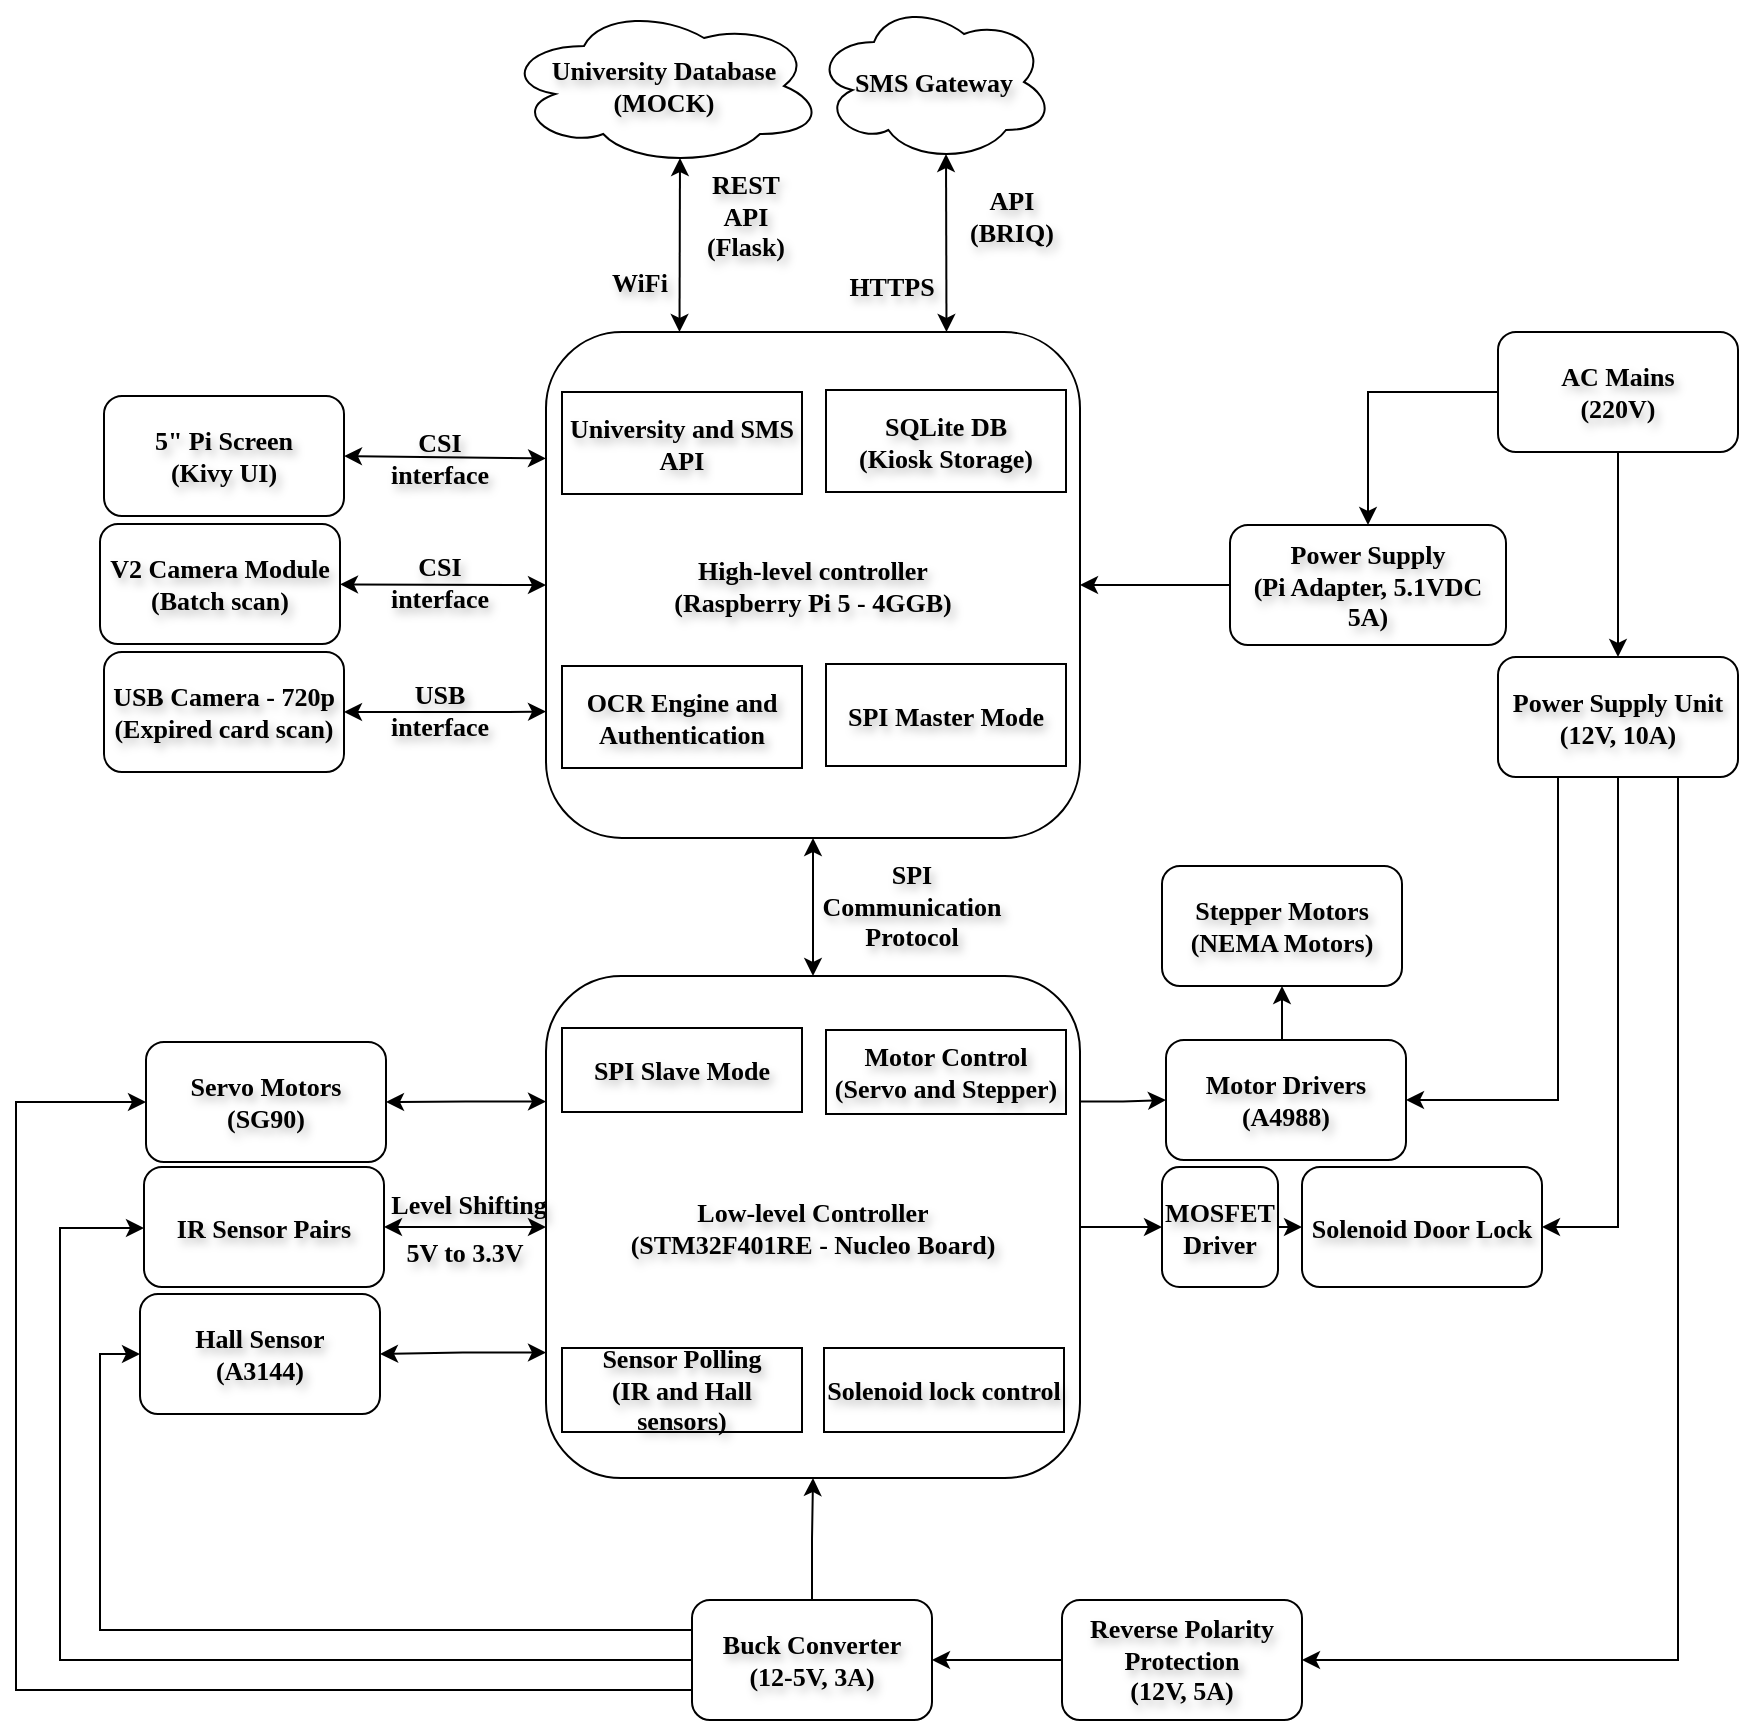
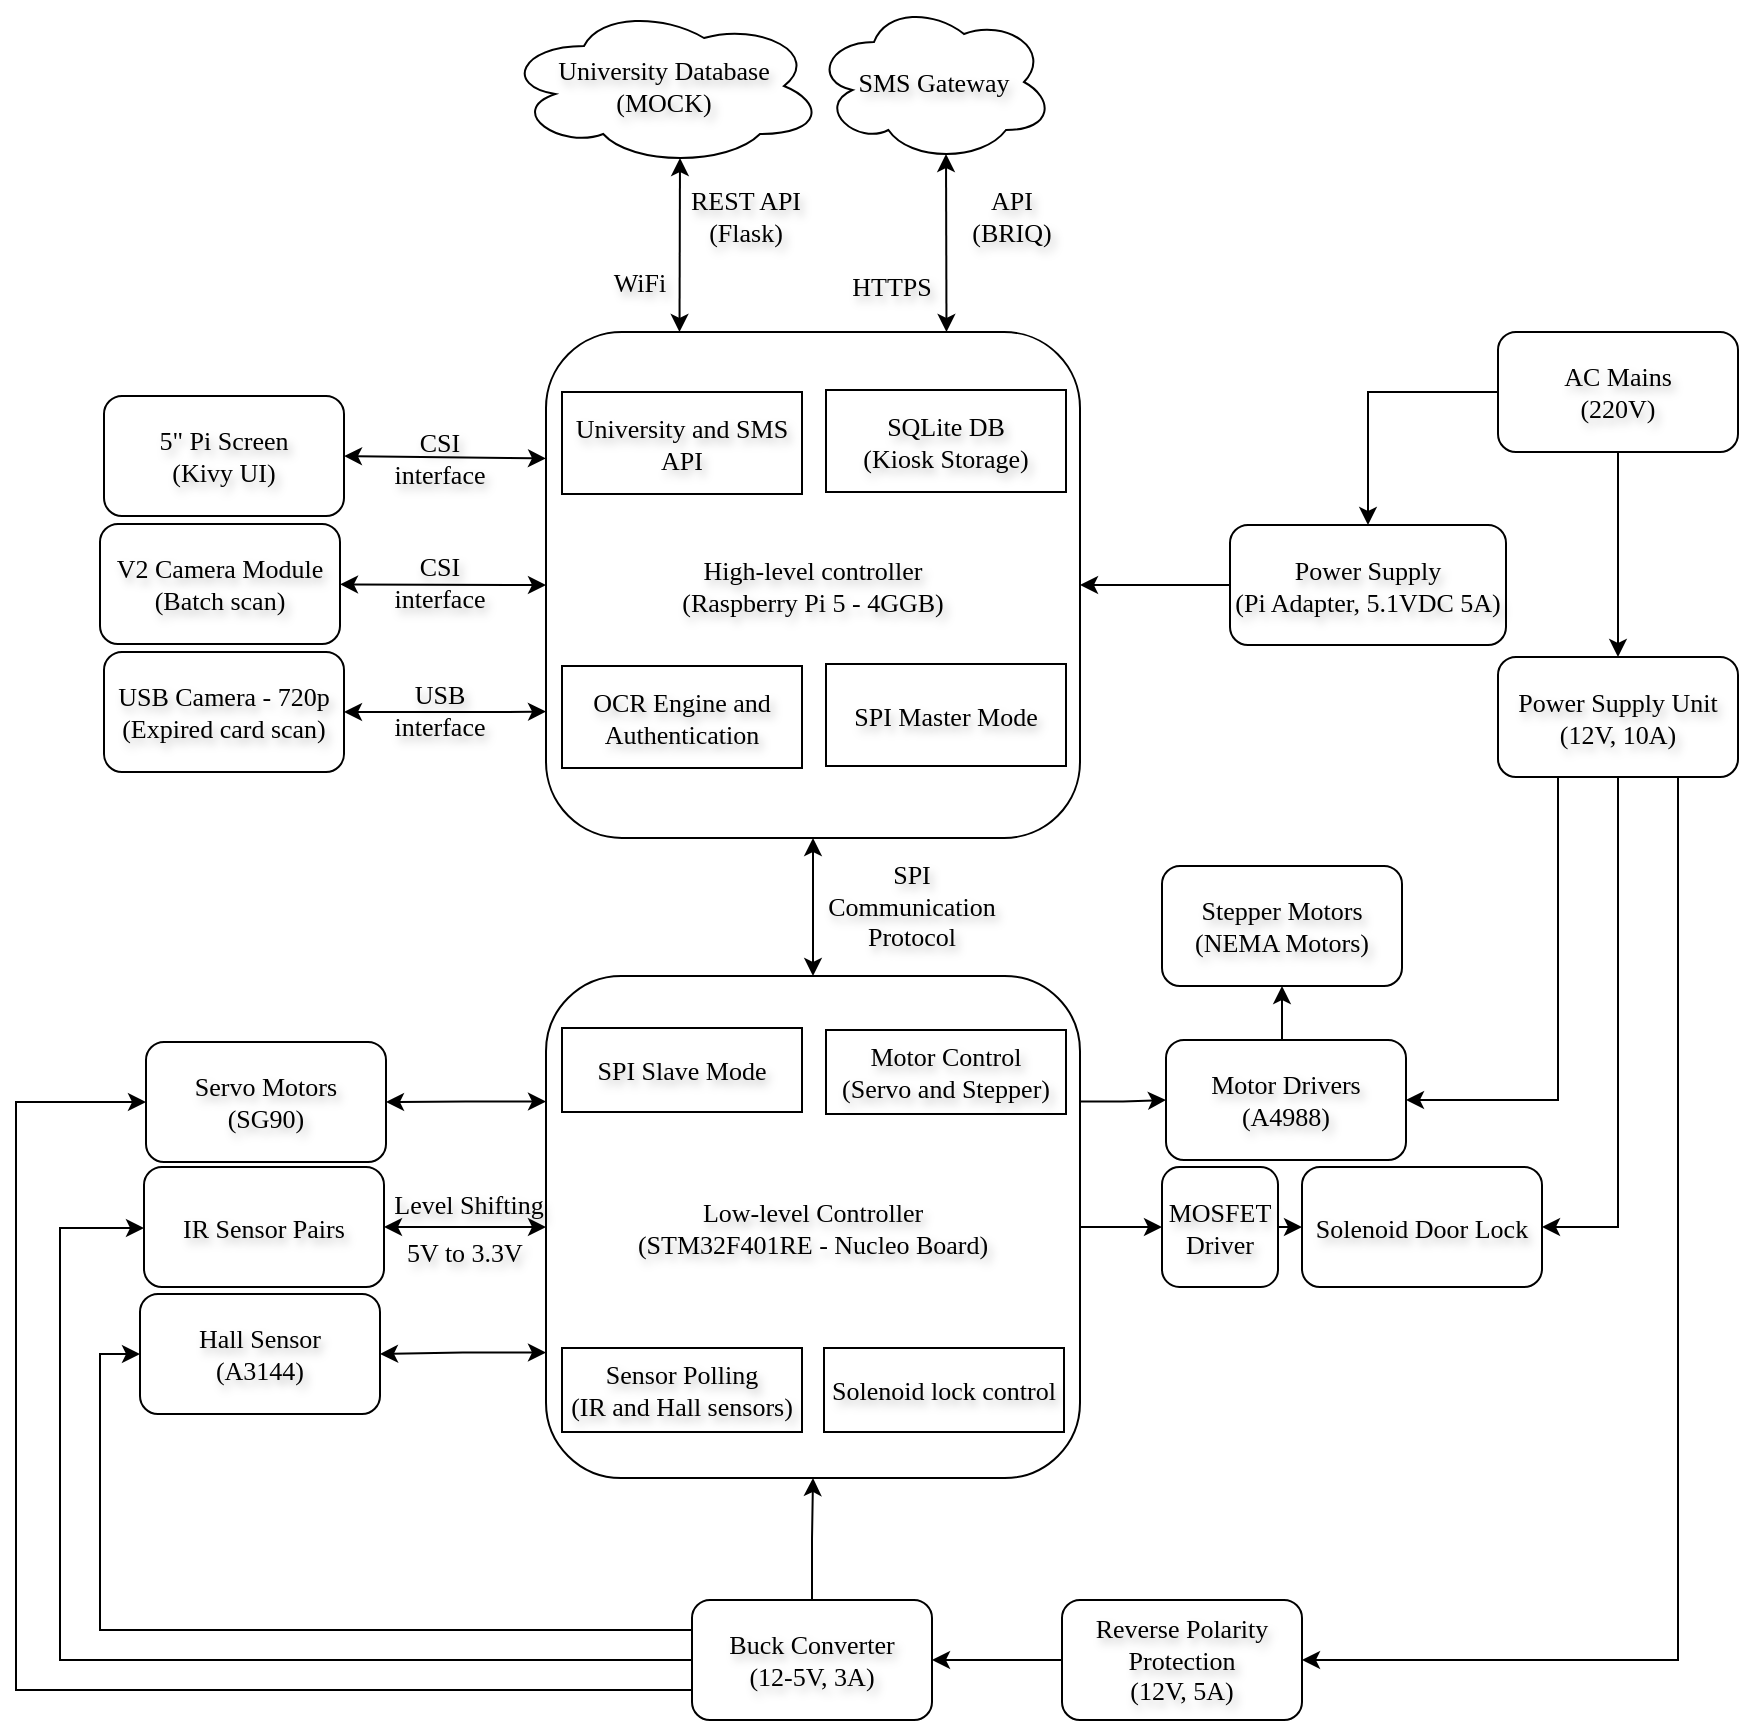
- <mxfile host="app.diagrams.net" agent="Mozilla/5.0 (X11; Ubuntu; Linux x86_64; rv:149.0) Gecko/20100101 Firefox/149.0">
+ <mxfile host="Electron" agent="Mozilla/5.0 (X11; Ubuntu; Linux x86_64; rv:149.0) Gecko/20100101 Firefox/149.0">
  <diagram name="Page-1" id="mYuc8prQHcMQJXzWvvm3">
-     <mxGraphModel dx="1047" dy="1416" grid="1" gridSize="1" guides="1" tooltips="1" connect="1" arrows="1" fold="1" page="1" pageScale="1" pageWidth="1169" pageHeight="827" math="0" shadow="0">
+     <mxGraphModel dx="1084" dy="1486" grid="1" gridSize="1" guides="1" tooltips="1" connect="1" arrows="1" fold="1" page="1" pageScale="1" pageWidth="1169" pageHeight="827" math="0" shadow="0">
      <root>
        <mxCell id="0" />
        <mxCell id="1" parent="0" />
-         <mxCell id="GvGBzjtlAZ09NPVF7C73-2" parent="1" style="whiteSpace=wrap;html=1;rounded=1;align=center;fontFamily=Times New Roman;fontStyle=1;fontSize=13;labelBackgroundColor=none;textShadow=1;" value="&lt;div align=&quot;center&quot;&gt;High-level controller&lt;br&gt;&lt;div&gt;(Raspberry Pi 5 - 4GGB)&lt;/div&gt;&lt;/div&gt;" vertex="1">
+         <mxCell id="GvGBzjtlAZ09NPVF7C73-2" parent="1" style="whiteSpace=wrap;html=1;rounded=1;align=center;fontFamily=Times New Roman;fontStyle=0;fontSize=13;labelBackgroundColor=none;textShadow=1;" value="&lt;div align=&quot;center&quot;&gt;High-level controller&lt;br&gt;&lt;div&gt;(Raspberry Pi 5 - 4GGB)&lt;/div&gt;&lt;/div&gt;" vertex="1">
          <mxGeometry height="253" width="267" x="406.99999999999994" y="-406" as="geometry" />
        </mxCell>
-         <mxCell id="GvGBzjtlAZ09NPVF7C73-4" parent="1" style="ellipse;shape=cloud;whiteSpace=wrap;html=1;fontFamily=Times New Roman;fontStyle=1;fontSize=13;labelBackgroundColor=none;textShadow=1;" value="University Database&lt;br&gt;(MOCK)" vertex="1">
+         <mxCell id="GvGBzjtlAZ09NPVF7C73-4" parent="1" style="ellipse;shape=cloud;whiteSpace=wrap;html=1;fontFamily=Times New Roman;fontStyle=0;fontSize=13;labelBackgroundColor=none;textShadow=1;" value="University Database&lt;br&gt;(MOCK)" vertex="1">
          <mxGeometry height="80" width="160" x="385.99999999999994" y="-569" as="geometry" />
        </mxCell>
-         <mxCell id="GvGBzjtlAZ09NPVF7C73-6" parent="1" style="text;html=1;whiteSpace=wrap;strokeColor=none;fillColor=none;align=center;verticalAlign=middle;rounded=0;fontFamily=Times New Roman;fontStyle=1;fontSize=13;labelBackgroundColor=none;textShadow=1;" value="&lt;div&gt;REST API&lt;/div&gt;&lt;div&gt;(Flask)&lt;/div&gt;" vertex="1">
+         <mxCell id="GvGBzjtlAZ09NPVF7C73-6" parent="1" style="text;html=1;whiteSpace=wrap;strokeColor=none;fillColor=none;align=center;verticalAlign=middle;rounded=0;fontFamily=Times New Roman;fontStyle=0;fontSize=13;labelBackgroundColor=none;textShadow=1;" value="&lt;div&gt;REST API&lt;/div&gt;&lt;div&gt;(Flask)&lt;/div&gt;" vertex="1">
          <mxGeometry height="30" width="60" x="476.99999999999994" y="-479" as="geometry" />
        </mxCell>
-         <mxCell id="GvGBzjtlAZ09NPVF7C73-7" parent="1" style="text;html=1;whiteSpace=wrap;strokeColor=none;fillColor=none;align=center;verticalAlign=middle;rounded=0;fontFamily=Times New Roman;fontStyle=1;fontSize=13;labelBackgroundColor=none;textShadow=1;" value="&lt;div&gt;WiFi&lt;/div&gt;" vertex="1">
+         <mxCell id="GvGBzjtlAZ09NPVF7C73-7" parent="1" style="text;html=1;whiteSpace=wrap;strokeColor=none;fillColor=none;align=center;verticalAlign=middle;rounded=0;fontFamily=Times New Roman;fontStyle=0;fontSize=13;labelBackgroundColor=none;textShadow=1;" value="&lt;div&gt;WiFi&lt;/div&gt;" vertex="1">
          <mxGeometry height="30" width="60" x="423.99999999999994" y="-446" as="geometry" />
        </mxCell>
-         <mxCell id="GvGBzjtlAZ09NPVF7C73-8" parent="1" style="rounded=1;whiteSpace=wrap;html=1;fontFamily=Times New Roman;fontStyle=1;fontSize=13;labelBackgroundColor=none;textShadow=1;" value="&lt;div&gt;5&quot; Pi Screen&lt;/div&gt;&lt;div&gt;(Kivy UI)&lt;/div&gt;" vertex="1">
+         <mxCell id="GvGBzjtlAZ09NPVF7C73-8" parent="1" style="rounded=1;whiteSpace=wrap;html=1;fontFamily=Times New Roman;fontStyle=0;fontSize=13;labelBackgroundColor=none;textShadow=1;" value="&lt;div&gt;5&quot; Pi Screen&lt;/div&gt;&lt;div&gt;(Kivy UI)&lt;/div&gt;" vertex="1">
          <mxGeometry height="60" width="120" x="185.99999999999994" y="-374" as="geometry" />
        </mxCell>
-         <mxCell id="GvGBzjtlAZ09NPVF7C73-9" parent="1" style="rounded=1;whiteSpace=wrap;html=1;fontFamily=Times New Roman;fontStyle=1;fontSize=13;labelBackgroundColor=none;textShadow=1;" value="V2 Camera Module&lt;br&gt;&lt;div&gt;(Batch scan)&lt;/div&gt;" vertex="1">
+         <mxCell id="GvGBzjtlAZ09NPVF7C73-9" parent="1" style="rounded=1;whiteSpace=wrap;html=1;fontFamily=Times New Roman;fontStyle=0;fontSize=13;labelBackgroundColor=none;textShadow=1;" value="V2 Camera Module&lt;br&gt;&lt;div&gt;(Batch scan)&lt;/div&gt;" vertex="1">
          <mxGeometry height="60" width="120" x="183.99999999999994" y="-310" as="geometry" />
        </mxCell>
-         <mxCell id="GvGBzjtlAZ09NPVF7C73-10" parent="1" style="rounded=1;whiteSpace=wrap;html=1;fontFamily=Times New Roman;fontStyle=1;fontSize=13;labelBackgroundColor=none;textShadow=1;" value="&lt;div&gt;USB Camera - 720p&lt;/div&gt;&lt;div&gt;(Expired card scan)&lt;/div&gt;" vertex="1">
+         <mxCell id="GvGBzjtlAZ09NPVF7C73-10" parent="1" style="rounded=1;whiteSpace=wrap;html=1;fontFamily=Times New Roman;fontStyle=0;fontSize=13;labelBackgroundColor=none;textShadow=1;" value="&lt;div&gt;USB Camera - 720p&lt;/div&gt;&lt;div&gt;(Expired card scan)&lt;/div&gt;" vertex="1">
          <mxGeometry height="60" width="120" x="185.99999999999994" y="-246" as="geometry" />
        </mxCell>
-         <mxCell id="GvGBzjtlAZ09NPVF7C73-18" parent="1" style="text;html=1;whiteSpace=wrap;strokeColor=none;fillColor=none;align=center;verticalAlign=middle;rounded=0;fontFamily=Times New Roman;fontStyle=1;fontSize=13;labelBackgroundColor=none;textShadow=1;" value="&lt;div&gt;USB interface&lt;/div&gt;" vertex="1">
+         <mxCell id="GvGBzjtlAZ09NPVF7C73-18" parent="1" style="text;html=1;whiteSpace=wrap;strokeColor=none;fillColor=none;align=center;verticalAlign=middle;rounded=0;fontFamily=Times New Roman;fontStyle=0;fontSize=13;labelBackgroundColor=none;textShadow=1;" value="&lt;div&gt;USB interface&lt;/div&gt;" vertex="1">
          <mxGeometry height="30" width="60" x="323.99999999999994" y="-232" as="geometry" />
        </mxCell>
-         <mxCell id="GvGBzjtlAZ09NPVF7C73-19" parent="1" style="text;html=1;whiteSpace=wrap;strokeColor=none;fillColor=none;align=center;verticalAlign=middle;rounded=0;fontFamily=Times New Roman;fontStyle=1;fontSize=13;labelBackgroundColor=none;textShadow=1;" value="CSI interface" vertex="1">
+         <mxCell id="GvGBzjtlAZ09NPVF7C73-19" parent="1" style="text;html=1;whiteSpace=wrap;strokeColor=none;fillColor=none;align=center;verticalAlign=middle;rounded=0;fontFamily=Times New Roman;fontStyle=0;fontSize=13;labelBackgroundColor=none;textShadow=1;" value="CSI interface" vertex="1">
          <mxGeometry height="30" width="60" x="323.99999999999994" y="-358" as="geometry" />
        </mxCell>
-         <mxCell id="E5Vc4qlOW0jQJdsC6d3C-3" edge="1" parent="1" source="E5Vc4qlOW0jQJdsC6d3C-1" style="edgeStyle=orthogonalEdgeStyle;rounded=0;orthogonalLoop=1;jettySize=auto;html=1;exitX=0;exitY=0.5;exitDx=0;exitDy=0;entryX=1;entryY=0.5;entryDx=0;entryDy=0;fontFamily=Times New Roman;fontStyle=1;fontSize=13;labelBackgroundColor=none;textShadow=1;" target="GvGBzjtlAZ09NPVF7C73-2">
-           <mxGeometry relative="1" as="geometry" />
-         </mxCell>
-         <mxCell id="E5Vc4qlOW0jQJdsC6d3C-1" parent="1" style="rounded=1;whiteSpace=wrap;html=1;fontFamily=Times New Roman;fontStyle=1;fontSize=13;labelBackgroundColor=none;textShadow=1;" value="Power Supply&lt;br&gt;(Pi Adapter, 5.1VDC 5A)" vertex="1">
+         <mxCell id="E5Vc4qlOW0jQJdsC6d3C-3" edge="1" parent="1" source="E5Vc4qlOW0jQJdsC6d3C-1" style="edgeStyle=orthogonalEdgeStyle;rounded=0;orthogonalLoop=1;jettySize=auto;html=1;exitX=0;exitY=0.5;exitDx=0;exitDy=0;entryX=1;entryY=0.5;entryDx=0;entryDy=0;fontFamily=Times New Roman;fontStyle=0;fontSize=13;labelBackgroundColor=none;textShadow=1;" target="GvGBzjtlAZ09NPVF7C73-2">
+           <mxGeometry relative="1" as="geometry" />
+         </mxCell>
+         <mxCell id="E5Vc4qlOW0jQJdsC6d3C-1" parent="1" style="rounded=1;whiteSpace=wrap;html=1;fontFamily=Times New Roman;fontStyle=0;fontSize=13;labelBackgroundColor=none;textShadow=1;" value="Power Supply&lt;br&gt;(Pi Adapter, 5.1VDC 5A)" vertex="1">
          <mxGeometry height="60" width="138" x="749" y="-309.5" as="geometry" />
        </mxCell>
-         <mxCell id="E5Vc4qlOW0jQJdsC6d3C-12" edge="1" parent="1" source="GvGBzjtlAZ09NPVF7C73-9" style="endArrow=classic;startArrow=classic;html=1;rounded=0;entryX=0;entryY=0.5;entryDx=0;entryDy=0;fontFamily=Times New Roman;fontStyle=1;fontSize=13;labelBackgroundColor=none;textShadow=1;" target="GvGBzjtlAZ09NPVF7C73-2" value="">
+         <mxCell id="E5Vc4qlOW0jQJdsC6d3C-12" edge="1" parent="1" source="GvGBzjtlAZ09NPVF7C73-9" style="endArrow=classic;startArrow=classic;html=1;rounded=0;entryX=0;entryY=0.5;entryDx=0;entryDy=0;fontFamily=Times New Roman;fontStyle=0;fontSize=13;labelBackgroundColor=none;textShadow=1;" target="GvGBzjtlAZ09NPVF7C73-2" value="">
          <mxGeometry height="50" relative="1" width="50" as="geometry">
            <mxPoint x="370.99999999999994" y="-279.77272727272725" as="sourcePoint" />
            <mxPoint x="378.99999999999994" y="-309" as="targetPoint" />
          </mxGeometry>
        </mxCell>
-         <mxCell id="E5Vc4qlOW0jQJdsC6d3C-14" edge="1" parent="1" source="GvGBzjtlAZ09NPVF7C73-8" style="endArrow=classic;startArrow=classic;html=1;rounded=0;entryX=0;entryY=0.25;entryDx=0;entryDy=0;exitX=1;exitY=0.5;exitDx=0;exitDy=0;fontFamily=Times New Roman;fontStyle=1;fontSize=13;labelBackgroundColor=none;textShadow=1;" target="GvGBzjtlAZ09NPVF7C73-2" value="">
+         <mxCell id="E5Vc4qlOW0jQJdsC6d3C-14" edge="1" parent="1" source="GvGBzjtlAZ09NPVF7C73-8" style="endArrow=classic;startArrow=classic;html=1;rounded=0;entryX=0;entryY=0.25;entryDx=0;entryDy=0;exitX=1;exitY=0.5;exitDx=0;exitDy=0;fontFamily=Times New Roman;fontStyle=0;fontSize=13;labelBackgroundColor=none;textShadow=1;" target="GvGBzjtlAZ09NPVF7C73-2" value="">
          <mxGeometry height="50" relative="1" width="50" as="geometry">
            <Array as="points">
              <mxPoint x="387.99999999999994" y="-343" />
            </Array>
            <mxPoint x="336.99999999999994" y="-303" as="sourcePoint" />
            <mxPoint x="386.99999999999994" y="-353" as="targetPoint" />
          </mxGeometry>
        </mxCell>
-         <mxCell id="E5Vc4qlOW0jQJdsC6d3C-17" parent="1" style="text;html=1;whiteSpace=wrap;strokeColor=none;fillColor=none;align=center;verticalAlign=middle;rounded=0;fontFamily=Times New Roman;fontStyle=1;fontSize=13;labelBackgroundColor=none;textShadow=1;" value="CSI interface" vertex="1">
+         <mxCell id="E5Vc4qlOW0jQJdsC6d3C-17" parent="1" style="text;html=1;whiteSpace=wrap;strokeColor=none;fillColor=none;align=center;verticalAlign=middle;rounded=0;fontFamily=Times New Roman;fontStyle=0;fontSize=13;labelBackgroundColor=none;textShadow=1;" value="CSI interface" vertex="1">
          <mxGeometry height="30" width="60" x="323.99999999999994" y="-296" as="geometry" />
        </mxCell>
-         <mxCell id="E5Vc4qlOW0jQJdsC6d3C-18" edge="1" parent="1" source="GvGBzjtlAZ09NPVF7C73-10" style="endArrow=classic;startArrow=classic;html=1;rounded=0;entryX=0;entryY=0.75;entryDx=0;entryDy=0;exitX=1;exitY=0.5;exitDx=0;exitDy=0;fontFamily=Times New Roman;fontStyle=1;fontSize=13;labelBackgroundColor=none;textShadow=1;" target="GvGBzjtlAZ09NPVF7C73-2" value="">
+         <mxCell id="E5Vc4qlOW0jQJdsC6d3C-18" edge="1" parent="1" source="GvGBzjtlAZ09NPVF7C73-10" style="endArrow=classic;startArrow=classic;html=1;rounded=0;entryX=0;entryY=0.75;entryDx=0;entryDy=0;exitX=1;exitY=0.5;exitDx=0;exitDy=0;fontFamily=Times New Roman;fontStyle=0;fontSize=13;labelBackgroundColor=none;textShadow=1;" target="GvGBzjtlAZ09NPVF7C73-2" value="">
          <mxGeometry height="50" relative="1" width="50" as="geometry">
            <Array as="points">
              <mxPoint x="386.99999999999994" y="-216" />
            </Array>
            <mxPoint x="316.99999999999994" y="-155" as="sourcePoint" />
            <mxPoint x="366.99999999999994" y="-205" as="targetPoint" />
          </mxGeometry>
        </mxCell>
-         <mxCell id="E5Vc4qlOW0jQJdsC6d3C-19" parent="1" style="rounded=0;whiteSpace=wrap;html=1;fontFamily=Times New Roman;fontStyle=1;fontSize=13;labelBackgroundColor=none;textShadow=1;" value="SPI Master Mode" vertex="1">
+         <mxCell id="E5Vc4qlOW0jQJdsC6d3C-19" parent="1" style="rounded=0;whiteSpace=wrap;html=1;fontFamily=Times New Roman;fontStyle=0;fontSize=13;labelBackgroundColor=none;textShadow=1;" value="SPI Master Mode" vertex="1">
          <mxGeometry height="51" width="120" x="547" y="-240" as="geometry" />
        </mxCell>
-         <mxCell id="E5Vc4qlOW0jQJdsC6d3C-20" parent="1" style="rounded=0;whiteSpace=wrap;html=1;fontFamily=Times New Roman;fontStyle=1;fontSize=13;labelBackgroundColor=none;textShadow=1;" value="SQLite DB&lt;br&gt;&lt;div&gt;(Kiosk Storage)&lt;/div&gt;" vertex="1">
+         <mxCell id="E5Vc4qlOW0jQJdsC6d3C-20" parent="1" style="rounded=0;whiteSpace=wrap;html=1;fontFamily=Times New Roman;fontStyle=0;fontSize=13;labelBackgroundColor=none;textShadow=1;" value="SQLite DB&lt;br&gt;&lt;div&gt;(Kiosk Storage)&lt;/div&gt;" vertex="1">
          <mxGeometry height="51" width="120" x="547" y="-377" as="geometry" />
        </mxCell>
-         <mxCell id="E5Vc4qlOW0jQJdsC6d3C-21" parent="1" style="rounded=0;whiteSpace=wrap;html=1;fontFamily=Times New Roman;fontStyle=1;fontSize=13;labelBackgroundColor=none;textShadow=1;" value="OCR Engine and Authentication" vertex="1">
+         <mxCell id="E5Vc4qlOW0jQJdsC6d3C-21" parent="1" style="rounded=0;whiteSpace=wrap;html=1;fontFamily=Times New Roman;fontStyle=0;fontSize=13;labelBackgroundColor=none;textShadow=1;" value="OCR Engine and Authentication" vertex="1">
          <mxGeometry height="51" width="120" x="414.99999999999994" y="-239" as="geometry" />
        </mxCell>
-         <mxCell id="E5Vc4qlOW0jQJdsC6d3C-22" parent="1" style="rounded=0;whiteSpace=wrap;html=1;fontFamily=Times New Roman;fontStyle=1;fontSize=13;labelBackgroundColor=none;textShadow=1;" value="University and SMS API" vertex="1">
+         <mxCell id="E5Vc4qlOW0jQJdsC6d3C-22" parent="1" style="rounded=0;whiteSpace=wrap;html=1;fontFamily=Times New Roman;fontStyle=0;fontSize=13;labelBackgroundColor=none;textShadow=1;" value="University and SMS API" vertex="1">
          <mxGeometry height="51" width="120" x="414.99999999999994" y="-376" as="geometry" />
        </mxCell>
-         <mxCell id="DyQRGeZsXbvgGfZXNQhn-1" edge="1" parent="1" source="E5Vc4qlOW0jQJdsC6d3C-23" style="edgeStyle=orthogonalEdgeStyle;rounded=0;orthogonalLoop=1;jettySize=auto;html=1;exitX=0.25;exitY=1;exitDx=0;exitDy=0;entryX=1;entryY=0.5;entryDx=0;entryDy=0;fontFamily=Times New Roman;fontStyle=1;fontSize=13;labelBackgroundColor=none;textShadow=1;" target="ub_tx6bPQbAAc2E0zEvq-21">
-           <mxGeometry relative="1" as="geometry" />
-         </mxCell>
-         <mxCell id="DyQRGeZsXbvgGfZXNQhn-2" edge="1" parent="1" source="E5Vc4qlOW0jQJdsC6d3C-23" style="edgeStyle=orthogonalEdgeStyle;rounded=0;orthogonalLoop=1;jettySize=auto;html=1;exitX=0.5;exitY=1;exitDx=0;exitDy=0;entryX=1;entryY=0.5;entryDx=0;entryDy=0;fontFamily=Times New Roman;fontStyle=1;fontSize=13;labelBackgroundColor=none;textShadow=1;" target="ub_tx6bPQbAAc2E0zEvq-20">
-           <mxGeometry relative="1" as="geometry" />
-         </mxCell>
-         <mxCell id="DyQRGeZsXbvgGfZXNQhn-3" edge="1" parent="1" source="E5Vc4qlOW0jQJdsC6d3C-23" style="edgeStyle=orthogonalEdgeStyle;rounded=0;orthogonalLoop=1;jettySize=auto;html=1;exitX=0.75;exitY=1;exitDx=0;exitDy=0;entryX=1;entryY=0.5;entryDx=0;entryDy=0;fontFamily=Times New Roman;fontStyle=1;fontSize=13;labelBackgroundColor=none;textShadow=1;" target="3yzsLYypy8BireBofEtp-1">
-           <mxGeometry relative="1" as="geometry" />
-         </mxCell>
-         <mxCell id="E5Vc4qlOW0jQJdsC6d3C-23" parent="1" style="rounded=1;whiteSpace=wrap;html=1;fontFamily=Times New Roman;fontStyle=1;fontSize=13;labelBackgroundColor=none;textShadow=1;" value="Power Supply Unit&lt;br&gt;&lt;div&gt;(12V, 10A)&lt;/div&gt;" vertex="1">
+         <mxCell id="DyQRGeZsXbvgGfZXNQhn-1" edge="1" parent="1" source="E5Vc4qlOW0jQJdsC6d3C-23" style="edgeStyle=orthogonalEdgeStyle;rounded=0;orthogonalLoop=1;jettySize=auto;html=1;exitX=0.25;exitY=1;exitDx=0;exitDy=0;entryX=1;entryY=0.5;entryDx=0;entryDy=0;fontFamily=Times New Roman;fontStyle=0;fontSize=13;labelBackgroundColor=none;textShadow=1;" target="ub_tx6bPQbAAc2E0zEvq-21">
+           <mxGeometry relative="1" as="geometry" />
+         </mxCell>
+         <mxCell id="DyQRGeZsXbvgGfZXNQhn-2" edge="1" parent="1" source="E5Vc4qlOW0jQJdsC6d3C-23" style="edgeStyle=orthogonalEdgeStyle;rounded=0;orthogonalLoop=1;jettySize=auto;html=1;exitX=0.5;exitY=1;exitDx=0;exitDy=0;entryX=1;entryY=0.5;entryDx=0;entryDy=0;fontFamily=Times New Roman;fontStyle=0;fontSize=13;labelBackgroundColor=none;textShadow=1;" target="ub_tx6bPQbAAc2E0zEvq-20">
+           <mxGeometry relative="1" as="geometry" />
+         </mxCell>
+         <mxCell id="DyQRGeZsXbvgGfZXNQhn-3" edge="1" parent="1" source="E5Vc4qlOW0jQJdsC6d3C-23" style="edgeStyle=orthogonalEdgeStyle;rounded=0;orthogonalLoop=1;jettySize=auto;html=1;exitX=0.75;exitY=1;exitDx=0;exitDy=0;entryX=1;entryY=0.5;entryDx=0;entryDy=0;fontFamily=Times New Roman;fontStyle=0;fontSize=13;labelBackgroundColor=none;textShadow=1;" target="3yzsLYypy8BireBofEtp-1">
+           <mxGeometry relative="1" as="geometry" />
+         </mxCell>
+         <mxCell id="E5Vc4qlOW0jQJdsC6d3C-23" parent="1" style="rounded=1;whiteSpace=wrap;html=1;fontFamily=Times New Roman;fontStyle=0;fontSize=13;labelBackgroundColor=none;textShadow=1;" value="Power Supply Unit&lt;br&gt;&lt;div&gt;(12V, 10A)&lt;/div&gt;" vertex="1">
          <mxGeometry height="60" width="120" x="883" y="-243.5" as="geometry" />
        </mxCell>
-         <mxCell id="ub_tx6bPQbAAc2E0zEvq-41" edge="1" parent="1" source="E5Vc4qlOW0jQJdsC6d3C-24" style="edgeStyle=orthogonalEdgeStyle;rounded=0;orthogonalLoop=1;jettySize=auto;html=1;exitX=0.5;exitY=0;exitDx=0;exitDy=0;entryX=0.5;entryY=1;entryDx=0;entryDy=0;fontFamily=Times New Roman;fontStyle=1;fontSize=13;labelBackgroundColor=none;textShadow=1;" target="E5Vc4qlOW0jQJdsC6d3C-26">
-           <mxGeometry relative="1" as="geometry" />
-         </mxCell>
-         <mxCell id="E5Vc4qlOW0jQJdsC6d3C-24" parent="1" style="rounded=1;whiteSpace=wrap;html=1;fontFamily=Times New Roman;fontStyle=1;fontSize=13;labelBackgroundColor=none;textShadow=1;" value="Buck Converter&lt;br&gt;(12-5V, 3A)" vertex="1">
+         <mxCell id="ub_tx6bPQbAAc2E0zEvq-41" edge="1" parent="1" source="E5Vc4qlOW0jQJdsC6d3C-24" style="edgeStyle=orthogonalEdgeStyle;rounded=0;orthogonalLoop=1;jettySize=auto;html=1;exitX=0.5;exitY=0;exitDx=0;exitDy=0;entryX=0.5;entryY=1;entryDx=0;entryDy=0;fontFamily=Times New Roman;fontStyle=0;fontSize=13;labelBackgroundColor=none;textShadow=1;" target="E5Vc4qlOW0jQJdsC6d3C-26">
+           <mxGeometry relative="1" as="geometry" />
+         </mxCell>
+         <mxCell id="E5Vc4qlOW0jQJdsC6d3C-24" parent="1" style="rounded=1;whiteSpace=wrap;html=1;fontFamily=Times New Roman;fontStyle=0;fontSize=13;labelBackgroundColor=none;textShadow=1;" value="Buck Converter&lt;br&gt;(12-5V, 3A)" vertex="1">
          <mxGeometry height="60" width="120" x="479.99999999999994" y="228" as="geometry" />
        </mxCell>
-         <mxCell id="ub_tx6bPQbAAc2E0zEvq-24" edge="1" parent="1" source="E5Vc4qlOW0jQJdsC6d3C-26" style="edgeStyle=orthogonalEdgeStyle;rounded=0;orthogonalLoop=1;jettySize=auto;html=1;exitX=1;exitY=0.25;exitDx=0;exitDy=0;entryX=0;entryY=0.5;entryDx=0;entryDy=0;fontFamily=Times New Roman;fontStyle=1;fontSize=13;labelBackgroundColor=none;textShadow=1;" target="ub_tx6bPQbAAc2E0zEvq-21">
-           <mxGeometry relative="1" as="geometry" />
-         </mxCell>
-         <mxCell id="ub_tx6bPQbAAc2E0zEvq-46" edge="1" parent="1" source="E5Vc4qlOW0jQJdsC6d3C-26" style="edgeStyle=orthogonalEdgeStyle;rounded=0;orthogonalLoop=1;jettySize=auto;html=1;exitX=0;exitY=0.5;exitDx=0;exitDy=0;startArrow=classic;startFill=1;fontFamily=Times New Roman;fontStyle=1;fontSize=13;labelBackgroundColor=none;textShadow=1;" target="ub_tx6bPQbAAc2E0zEvq-32">
-           <mxGeometry relative="1" as="geometry" />
-         </mxCell>
-         <mxCell id="ub_tx6bPQbAAc2E0zEvq-48" edge="1" parent="1" source="E5Vc4qlOW0jQJdsC6d3C-26" style="edgeStyle=orthogonalEdgeStyle;rounded=0;orthogonalLoop=1;jettySize=auto;html=1;exitX=0;exitY=0.25;exitDx=0;exitDy=0;entryX=1;entryY=0.5;entryDx=0;entryDy=0;startArrow=classic;startFill=1;fontFamily=Times New Roman;fontStyle=1;fontSize=13;labelBackgroundColor=none;textShadow=1;" target="ub_tx6bPQbAAc2E0zEvq-30">
-           <mxGeometry relative="1" as="geometry" />
-         </mxCell>
-         <mxCell id="ub_tx6bPQbAAc2E0zEvq-49" edge="1" parent="1" source="E5Vc4qlOW0jQJdsC6d3C-26" style="edgeStyle=orthogonalEdgeStyle;rounded=0;orthogonalLoop=1;jettySize=auto;html=1;exitX=0;exitY=0.75;exitDx=0;exitDy=0;entryX=1;entryY=0.5;entryDx=0;entryDy=0;startArrow=classic;startFill=1;fontFamily=Times New Roman;fontStyle=1;fontSize=13;labelBackgroundColor=none;textShadow=1;" target="ub_tx6bPQbAAc2E0zEvq-31">
-           <mxGeometry relative="1" as="geometry" />
-         </mxCell>
-         <mxCell id="LeAnnW7A5j2esEQeNNGv-4" edge="1" parent="1" source="E5Vc4qlOW0jQJdsC6d3C-26" style="edgeStyle=orthogonalEdgeStyle;rounded=0;orthogonalLoop=1;jettySize=auto;html=1;exitX=1;exitY=0.5;exitDx=0;exitDy=0;entryX=0;entryY=0.5;entryDx=0;entryDy=0;fontFamily=Times New Roman;fontStyle=1;fontSize=13;labelBackgroundColor=none;textShadow=1;" target="LeAnnW7A5j2esEQeNNGv-3">
-           <mxGeometry relative="1" as="geometry" />
-         </mxCell>
-         <mxCell id="E5Vc4qlOW0jQJdsC6d3C-26" parent="1" style="rounded=1;whiteSpace=wrap;html=1;fontFamily=Times New Roman;fontStyle=1;fontSize=13;labelBackgroundColor=none;textShadow=1;" value="&lt;div&gt;Low-level Controller&lt;/div&gt;(STM32F401RE - Nucleo Board)" vertex="1">
+         <mxCell id="ub_tx6bPQbAAc2E0zEvq-24" edge="1" parent="1" source="E5Vc4qlOW0jQJdsC6d3C-26" style="edgeStyle=orthogonalEdgeStyle;rounded=0;orthogonalLoop=1;jettySize=auto;html=1;exitX=1;exitY=0.25;exitDx=0;exitDy=0;entryX=0;entryY=0.5;entryDx=0;entryDy=0;fontFamily=Times New Roman;fontStyle=0;fontSize=13;labelBackgroundColor=none;textShadow=1;" target="ub_tx6bPQbAAc2E0zEvq-21">
+           <mxGeometry relative="1" as="geometry" />
+         </mxCell>
+         <mxCell id="ub_tx6bPQbAAc2E0zEvq-46" edge="1" parent="1" source="E5Vc4qlOW0jQJdsC6d3C-26" style="edgeStyle=orthogonalEdgeStyle;rounded=0;orthogonalLoop=1;jettySize=auto;html=1;exitX=0;exitY=0.5;exitDx=0;exitDy=0;startArrow=classic;startFill=1;fontFamily=Times New Roman;fontStyle=0;fontSize=13;labelBackgroundColor=none;textShadow=1;" target="ub_tx6bPQbAAc2E0zEvq-32">
+           <mxGeometry relative="1" as="geometry" />
+         </mxCell>
+         <mxCell id="ub_tx6bPQbAAc2E0zEvq-48" edge="1" parent="1" source="E5Vc4qlOW0jQJdsC6d3C-26" style="edgeStyle=orthogonalEdgeStyle;rounded=0;orthogonalLoop=1;jettySize=auto;html=1;exitX=0;exitY=0.25;exitDx=0;exitDy=0;entryX=1;entryY=0.5;entryDx=0;entryDy=0;startArrow=classic;startFill=1;fontFamily=Times New Roman;fontStyle=0;fontSize=13;labelBackgroundColor=none;textShadow=1;" target="ub_tx6bPQbAAc2E0zEvq-30">
+           <mxGeometry relative="1" as="geometry" />
+         </mxCell>
+         <mxCell id="ub_tx6bPQbAAc2E0zEvq-49" edge="1" parent="1" source="E5Vc4qlOW0jQJdsC6d3C-26" style="edgeStyle=orthogonalEdgeStyle;rounded=0;orthogonalLoop=1;jettySize=auto;html=1;exitX=0;exitY=0.75;exitDx=0;exitDy=0;entryX=1;entryY=0.5;entryDx=0;entryDy=0;startArrow=classic;startFill=1;fontFamily=Times New Roman;fontStyle=0;fontSize=13;labelBackgroundColor=none;textShadow=1;" target="ub_tx6bPQbAAc2E0zEvq-31">
+           <mxGeometry relative="1" as="geometry" />
+         </mxCell>
+         <mxCell id="LeAnnW7A5j2esEQeNNGv-4" edge="1" parent="1" source="E5Vc4qlOW0jQJdsC6d3C-26" style="edgeStyle=orthogonalEdgeStyle;rounded=0;orthogonalLoop=1;jettySize=auto;html=1;exitX=1;exitY=0.5;exitDx=0;exitDy=0;entryX=0;entryY=0.5;entryDx=0;entryDy=0;fontFamily=Times New Roman;fontStyle=0;fontSize=13;labelBackgroundColor=none;textShadow=1;" target="LeAnnW7A5j2esEQeNNGv-3">
+           <mxGeometry relative="1" as="geometry" />
+         </mxCell>
+         <mxCell id="E5Vc4qlOW0jQJdsC6d3C-26" parent="1" style="rounded=1;whiteSpace=wrap;html=1;fontFamily=Times New Roman;fontStyle=0;fontSize=13;labelBackgroundColor=none;textShadow=1;" value="&lt;div&gt;Low-level Controller&lt;/div&gt;(STM32F401RE - Nucleo Board)" vertex="1">
          <mxGeometry height="251" width="267" x="406.99999999999994" y="-84" as="geometry" />
        </mxCell>
-         <mxCell id="E5Vc4qlOW0jQJdsC6d3C-27" edge="1" parent="1" source="E5Vc4qlOW0jQJdsC6d3C-26" style="endArrow=classic;startArrow=classic;html=1;rounded=0;entryX=0.5;entryY=1;entryDx=0;entryDy=0;exitX=0.5;exitY=0;exitDx=0;exitDy=0;fontFamily=Times New Roman;fontStyle=1;fontSize=13;labelBackgroundColor=none;textShadow=1;" target="GvGBzjtlAZ09NPVF7C73-2" value="">
+         <mxCell id="E5Vc4qlOW0jQJdsC6d3C-27" edge="1" parent="1" source="E5Vc4qlOW0jQJdsC6d3C-26" style="endArrow=classic;startArrow=classic;html=1;rounded=0;entryX=0.5;entryY=1;entryDx=0;entryDy=0;exitX=0.5;exitY=0;exitDx=0;exitDy=0;fontFamily=Times New Roman;fontStyle=0;fontSize=13;labelBackgroundColor=none;textShadow=1;" target="GvGBzjtlAZ09NPVF7C73-2" value="">
          <mxGeometry height="50" relative="1" width="50" as="geometry">
            <mxPoint x="473.99999999999994" y="-96" as="sourcePoint" />
            <mxPoint x="524" y="-146" as="targetPoint" />
          </mxGeometry>
        </mxCell>
-         <mxCell id="E5Vc4qlOW0jQJdsC6d3C-28" parent="1" style="text;html=1;whiteSpace=wrap;strokeColor=none;fillColor=none;align=center;verticalAlign=middle;rounded=0;fontFamily=Times New Roman;fontStyle=1;fontSize=13;labelBackgroundColor=none;textShadow=1;" value="&lt;div&gt;SPI Communication&lt;/div&gt;&lt;div&gt;Protocol&lt;/div&gt;" vertex="1">
+         <mxCell id="E5Vc4qlOW0jQJdsC6d3C-28" parent="1" style="text;html=1;whiteSpace=wrap;strokeColor=none;fillColor=none;align=center;verticalAlign=middle;rounded=0;fontFamily=Times New Roman;fontStyle=0;fontSize=13;labelBackgroundColor=none;textShadow=1;" value="&lt;div&gt;SPI Communication&lt;/div&gt;&lt;div&gt;Protocol&lt;/div&gt;" vertex="1">
          <mxGeometry height="48" width="88" x="546" y="-143" as="geometry" />
        </mxCell>
-         <mxCell id="ub_tx6bPQbAAc2E0zEvq-1" parent="1" style="ellipse;shape=cloud;whiteSpace=wrap;html=1;fontFamily=Times New Roman;fontStyle=1;fontSize=13;labelBackgroundColor=none;textShadow=1;" value="&lt;div&gt;SMS Gateway&lt;/div&gt;" vertex="1">
+         <mxCell id="ub_tx6bPQbAAc2E0zEvq-1" parent="1" style="ellipse;shape=cloud;whiteSpace=wrap;html=1;fontFamily=Times New Roman;fontStyle=0;fontSize=13;labelBackgroundColor=none;textShadow=1;" value="&lt;div&gt;SMS Gateway&lt;/div&gt;" vertex="1">
          <mxGeometry height="80" width="120" x="541" y="-571" as="geometry" />
        </mxCell>
-         <mxCell id="ub_tx6bPQbAAc2E0zEvq-6" edge="1" parent="1" source="GvGBzjtlAZ09NPVF7C73-2" style="endArrow=classic;startArrow=classic;html=1;rounded=0;entryX=0.55;entryY=0.95;entryDx=0;entryDy=0;entryPerimeter=0;exitX=0.25;exitY=0;exitDx=0;exitDy=0;fontFamily=Times New Roman;fontStyle=1;fontSize=13;labelBackgroundColor=none;textShadow=1;" target="GvGBzjtlAZ09NPVF7C73-4" value="">
+         <mxCell id="ub_tx6bPQbAAc2E0zEvq-6" edge="1" parent="1" source="GvGBzjtlAZ09NPVF7C73-2" style="endArrow=classic;startArrow=classic;html=1;rounded=0;entryX=0.55;entryY=0.95;entryDx=0;entryDy=0;entryPerimeter=0;exitX=0.25;exitY=0;exitDx=0;exitDy=0;fontFamily=Times New Roman;fontStyle=0;fontSize=13;labelBackgroundColor=none;textShadow=1;" target="GvGBzjtlAZ09NPVF7C73-4" value="">
          <mxGeometry height="50" relative="1" width="50" as="geometry">
            <mxPoint x="420.99999999999994" y="-392" as="sourcePoint" />
            <mxPoint x="470.99999999999994" y="-442" as="targetPoint" />
          </mxGeometry>
        </mxCell>
-         <mxCell id="ub_tx6bPQbAAc2E0zEvq-7" edge="1" parent="1" source="GvGBzjtlAZ09NPVF7C73-2" style="endArrow=classic;startArrow=classic;html=1;rounded=0;entryX=0.55;entryY=0.95;entryDx=0;entryDy=0;entryPerimeter=0;exitX=0.75;exitY=0;exitDx=0;exitDy=0;fontFamily=Times New Roman;fontStyle=1;fontSize=13;labelBackgroundColor=none;textShadow=1;" target="ub_tx6bPQbAAc2E0zEvq-1" value="">
+         <mxCell id="ub_tx6bPQbAAc2E0zEvq-7" edge="1" parent="1" source="GvGBzjtlAZ09NPVF7C73-2" style="endArrow=classic;startArrow=classic;html=1;rounded=0;entryX=0.55;entryY=0.95;entryDx=0;entryDy=0;entryPerimeter=0;exitX=0.75;exitY=0;exitDx=0;exitDy=0;fontFamily=Times New Roman;fontStyle=0;fontSize=13;labelBackgroundColor=none;textShadow=1;" target="ub_tx6bPQbAAc2E0zEvq-1" value="">
          <mxGeometry height="50" relative="1" width="50" as="geometry">
            <mxPoint x="664" y="-374" as="sourcePoint" />
            <mxPoint x="664" y="-461" as="targetPoint" />
          </mxGeometry>
        </mxCell>
-         <mxCell id="ub_tx6bPQbAAc2E0zEvq-8" parent="1" style="text;html=1;whiteSpace=wrap;strokeColor=none;fillColor=none;align=center;verticalAlign=middle;rounded=0;fontFamily=Times New Roman;fontStyle=1;fontSize=13;labelBackgroundColor=none;textShadow=1;" value="&lt;div&gt;API&lt;/div&gt;&lt;div&gt;(BRIQ)&lt;/div&gt;" vertex="1">
+         <mxCell id="ub_tx6bPQbAAc2E0zEvq-8" parent="1" style="text;html=1;whiteSpace=wrap;strokeColor=none;fillColor=none;align=center;verticalAlign=middle;rounded=0;fontFamily=Times New Roman;fontStyle=0;fontSize=13;labelBackgroundColor=none;textShadow=1;" value="&lt;div&gt;API&lt;/div&gt;&lt;div&gt;(BRIQ)&lt;/div&gt;" vertex="1">
          <mxGeometry height="30" width="60" x="610" y="-479" as="geometry" />
        </mxCell>
-         <mxCell id="ub_tx6bPQbAAc2E0zEvq-33" edge="1" parent="1" source="ub_tx6bPQbAAc2E0zEvq-10" style="edgeStyle=orthogonalEdgeStyle;rounded=0;orthogonalLoop=1;jettySize=auto;html=1;exitX=0.5;exitY=1;exitDx=0;exitDy=0;entryX=0.5;entryY=0;entryDx=0;entryDy=0;fontFamily=Times New Roman;fontStyle=1;fontSize=13;labelBackgroundColor=none;textShadow=1;" target="E5Vc4qlOW0jQJdsC6d3C-23">
-           <mxGeometry relative="1" as="geometry" />
-         </mxCell>
-         <mxCell id="ub_tx6bPQbAAc2E0zEvq-34" edge="1" parent="1" source="ub_tx6bPQbAAc2E0zEvq-10" style="edgeStyle=orthogonalEdgeStyle;rounded=0;orthogonalLoop=1;jettySize=auto;html=1;exitX=0;exitY=0.5;exitDx=0;exitDy=0;fontFamily=Times New Roman;fontStyle=1;fontSize=13;labelBackgroundColor=none;textShadow=1;" target="E5Vc4qlOW0jQJdsC6d3C-1">
-           <mxGeometry relative="1" as="geometry" />
-         </mxCell>
-         <mxCell id="ub_tx6bPQbAAc2E0zEvq-10" parent="1" style="rounded=1;whiteSpace=wrap;html=1;fontFamily=Times New Roman;fontStyle=1;fontSize=13;labelBackgroundColor=none;textShadow=1;" value="&lt;div&gt;AC Mains&lt;/div&gt;&lt;div&gt;(220V)&lt;/div&gt;" vertex="1">
+         <mxCell id="ub_tx6bPQbAAc2E0zEvq-33" edge="1" parent="1" source="ub_tx6bPQbAAc2E0zEvq-10" style="edgeStyle=orthogonalEdgeStyle;rounded=0;orthogonalLoop=1;jettySize=auto;html=1;exitX=0.5;exitY=1;exitDx=0;exitDy=0;entryX=0.5;entryY=0;entryDx=0;entryDy=0;fontFamily=Times New Roman;fontStyle=0;fontSize=13;labelBackgroundColor=none;textShadow=1;" target="E5Vc4qlOW0jQJdsC6d3C-23">
+           <mxGeometry relative="1" as="geometry" />
+         </mxCell>
+         <mxCell id="ub_tx6bPQbAAc2E0zEvq-34" edge="1" parent="1" source="ub_tx6bPQbAAc2E0zEvq-10" style="edgeStyle=orthogonalEdgeStyle;rounded=0;orthogonalLoop=1;jettySize=auto;html=1;exitX=0;exitY=0.5;exitDx=0;exitDy=0;fontFamily=Times New Roman;fontStyle=0;fontSize=13;labelBackgroundColor=none;textShadow=1;" target="E5Vc4qlOW0jQJdsC6d3C-1">
+           <mxGeometry relative="1" as="geometry" />
+         </mxCell>
+         <mxCell id="ub_tx6bPQbAAc2E0zEvq-10" parent="1" style="rounded=1;whiteSpace=wrap;html=1;fontFamily=Times New Roman;fontStyle=0;fontSize=13;labelBackgroundColor=none;textShadow=1;" value="&lt;div&gt;AC Mains&lt;/div&gt;&lt;div&gt;(220V)&lt;/div&gt;" vertex="1">
          <mxGeometry height="60" width="120" x="883" y="-406" as="geometry" />
        </mxCell>
-         <mxCell id="ub_tx6bPQbAAc2E0zEvq-13" parent="1" style="text;html=1;whiteSpace=wrap;strokeColor=none;fillColor=none;align=center;verticalAlign=middle;rounded=0;fontFamily=Times New Roman;fontStyle=1;fontSize=13;labelBackgroundColor=none;textShadow=1;" value="HTTPS" vertex="1">
+         <mxCell id="ub_tx6bPQbAAc2E0zEvq-13" parent="1" style="text;html=1;whiteSpace=wrap;strokeColor=none;fillColor=none;align=center;verticalAlign=middle;rounded=0;fontFamily=Times New Roman;fontStyle=0;fontSize=13;labelBackgroundColor=none;textShadow=1;" value="HTTPS" vertex="1">
          <mxGeometry height="30" width="60" x="550" y="-444" as="geometry" />
        </mxCell>
-         <mxCell id="ub_tx6bPQbAAc2E0zEvq-14" parent="1" style="rounded=0;whiteSpace=wrap;html=1;fontFamily=Times New Roman;fontStyle=1;fontSize=13;labelBackgroundColor=none;textShadow=1;" value="Motor Control&lt;br&gt;(Servo and Stepper)" vertex="1">
+         <mxCell id="ub_tx6bPQbAAc2E0zEvq-14" parent="1" style="rounded=0;whiteSpace=wrap;html=1;fontFamily=Times New Roman;fontStyle=0;fontSize=13;labelBackgroundColor=none;textShadow=1;" value="Motor Control&lt;br&gt;(Servo and Stepper)" vertex="1">
          <mxGeometry height="42" width="120" x="547" y="-57" as="geometry" />
        </mxCell>
-         <mxCell id="ub_tx6bPQbAAc2E0zEvq-15" parent="1" style="rounded=0;whiteSpace=wrap;html=1;fontFamily=Times New Roman;fontStyle=1;fontSize=13;labelBackgroundColor=none;textShadow=1;" value="SPI Slave Mode" vertex="1">
+         <mxCell id="ub_tx6bPQbAAc2E0zEvq-15" parent="1" style="rounded=0;whiteSpace=wrap;html=1;fontFamily=Times New Roman;fontStyle=0;fontSize=13;labelBackgroundColor=none;textShadow=1;" value="SPI Slave Mode" vertex="1">
          <mxGeometry height="42" width="120" x="414.99999999999994" y="-58" as="geometry" />
        </mxCell>
-         <mxCell id="ub_tx6bPQbAAc2E0zEvq-16" parent="1" style="rounded=0;whiteSpace=wrap;html=1;fontFamily=Times New Roman;fontStyle=1;fontSize=13;labelBackgroundColor=none;textShadow=1;" value="&lt;div&gt;Sensor Polling&lt;/div&gt;&lt;div&gt;(IR and Hall sensors)&lt;/div&gt;" vertex="1">
+         <mxCell id="ub_tx6bPQbAAc2E0zEvq-16" parent="1" style="rounded=0;whiteSpace=wrap;html=1;fontFamily=Times New Roman;fontStyle=0;fontSize=13;labelBackgroundColor=none;textShadow=1;" value="&lt;div&gt;Sensor Polling&lt;/div&gt;&lt;div&gt;(IR and Hall sensors)&lt;/div&gt;" vertex="1">
          <mxGeometry height="42" width="120" x="414.99999999999994" y="102" as="geometry" />
        </mxCell>
-         <mxCell id="ub_tx6bPQbAAc2E0zEvq-17" parent="1" style="rounded=0;whiteSpace=wrap;html=1;fontFamily=Times New Roman;fontStyle=1;fontSize=13;labelBackgroundColor=none;textShadow=1;" value="Solenoid lock control" vertex="1">
+         <mxCell id="ub_tx6bPQbAAc2E0zEvq-17" parent="1" style="rounded=0;whiteSpace=wrap;html=1;fontFamily=Times New Roman;fontStyle=0;fontSize=13;labelBackgroundColor=none;textShadow=1;" value="Solenoid lock control" vertex="1">
          <mxGeometry height="42" width="120" x="546" y="102" as="geometry" />
        </mxCell>
-         <mxCell id="ub_tx6bPQbAAc2E0zEvq-20" parent="1" style="rounded=1;whiteSpace=wrap;html=1;fontFamily=Times New Roman;fontStyle=1;fontSize=13;labelBackgroundColor=none;textShadow=1;" value="Solenoid Door Lock" vertex="1">
+         <mxCell id="ub_tx6bPQbAAc2E0zEvq-20" parent="1" style="rounded=1;whiteSpace=wrap;html=1;fontFamily=Times New Roman;fontStyle=0;fontSize=13;labelBackgroundColor=none;textShadow=1;" value="Solenoid Door Lock" vertex="1">
          <mxGeometry height="60" width="120" x="785" y="11.5" as="geometry" />
        </mxCell>
-         <mxCell id="ub_tx6bPQbAAc2E0zEvq-29" edge="1" parent="1" source="ub_tx6bPQbAAc2E0zEvq-21" style="edgeStyle=orthogonalEdgeStyle;rounded=0;orthogonalLoop=1;jettySize=auto;html=1;exitX=0.5;exitY=0;exitDx=0;exitDy=0;entryX=0.5;entryY=1;entryDx=0;entryDy=0;fontFamily=Times New Roman;fontStyle=1;fontSize=13;labelBackgroundColor=none;textShadow=1;" target="ub_tx6bPQbAAc2E0zEvq-27">
-           <mxGeometry relative="1" as="geometry" />
-         </mxCell>
-         <mxCell id="ub_tx6bPQbAAc2E0zEvq-21" parent="1" style="rounded=1;whiteSpace=wrap;html=1;fontFamily=Times New Roman;fontStyle=1;fontSize=13;labelBackgroundColor=none;textShadow=1;" value="&lt;div&gt;Motor Drivers&lt;/div&gt;&lt;div&gt;(A4988)&lt;/div&gt;" vertex="1">
+         <mxCell id="ub_tx6bPQbAAc2E0zEvq-29" edge="1" parent="1" source="ub_tx6bPQbAAc2E0zEvq-21" style="edgeStyle=orthogonalEdgeStyle;rounded=0;orthogonalLoop=1;jettySize=auto;html=1;exitX=0.5;exitY=0;exitDx=0;exitDy=0;entryX=0.5;entryY=1;entryDx=0;entryDy=0;fontFamily=Times New Roman;fontStyle=0;fontSize=13;labelBackgroundColor=none;textShadow=1;" target="ub_tx6bPQbAAc2E0zEvq-27">
+           <mxGeometry relative="1" as="geometry" />
+         </mxCell>
+         <mxCell id="ub_tx6bPQbAAc2E0zEvq-21" parent="1" style="rounded=1;whiteSpace=wrap;html=1;fontFamily=Times New Roman;fontStyle=0;fontSize=13;labelBackgroundColor=none;textShadow=1;" value="&lt;div&gt;Motor Drivers&lt;/div&gt;&lt;div&gt;(A4988)&lt;/div&gt;" vertex="1">
          <mxGeometry height="60" width="120" x="717" y="-52" as="geometry" />
        </mxCell>
-         <mxCell id="ub_tx6bPQbAAc2E0zEvq-27" parent="1" style="rounded=1;whiteSpace=wrap;html=1;fontFamily=Times New Roman;fontStyle=1;fontSize=13;labelBackgroundColor=none;textShadow=1;" value="&lt;div&gt;Stepper Motors&lt;/div&gt;&lt;div&gt;(NEMA Motors)&lt;/div&gt;" vertex="1">
+         <mxCell id="ub_tx6bPQbAAc2E0zEvq-27" parent="1" style="rounded=1;whiteSpace=wrap;html=1;fontFamily=Times New Roman;fontStyle=0;fontSize=13;labelBackgroundColor=none;textShadow=1;" value="&lt;div&gt;Stepper Motors&lt;/div&gt;&lt;div&gt;(NEMA Motors)&lt;/div&gt;" vertex="1">
          <mxGeometry height="60" width="120" x="715" y="-139" as="geometry" />
        </mxCell>
-         <mxCell id="ub_tx6bPQbAAc2E0zEvq-45" edge="1" parent="1" source="E5Vc4qlOW0jQJdsC6d3C-24" style="edgeStyle=orthogonalEdgeStyle;rounded=0;orthogonalLoop=1;jettySize=auto;html=1;exitX=0;exitY=0.75;exitDx=0;exitDy=0;entryX=0;entryY=0.5;entryDx=0;entryDy=0;fontFamily=Times New Roman;fontStyle=1;fontSize=13;labelBackgroundColor=none;textShadow=1;" target="ub_tx6bPQbAAc2E0zEvq-30">
+         <mxCell id="ub_tx6bPQbAAc2E0zEvq-45" edge="1" parent="1" source="E5Vc4qlOW0jQJdsC6d3C-24" style="edgeStyle=orthogonalEdgeStyle;rounded=0;orthogonalLoop=1;jettySize=auto;html=1;exitX=0;exitY=0.75;exitDx=0;exitDy=0;entryX=0;entryY=0.5;entryDx=0;entryDy=0;fontFamily=Times New Roman;fontStyle=0;fontSize=13;labelBackgroundColor=none;textShadow=1;" target="ub_tx6bPQbAAc2E0zEvq-30">
          <mxGeometry relative="1" as="geometry">
            <Array as="points">
              <mxPoint x="141.99999999999994" y="273" />
              <mxPoint x="141.99999999999994" y="-21" />
            </Array>
          </mxGeometry>
        </mxCell>
-         <mxCell id="ub_tx6bPQbAAc2E0zEvq-30" parent="1" style="rounded=1;whiteSpace=wrap;html=1;fontFamily=Times New Roman;fontStyle=1;fontSize=13;labelBackgroundColor=none;textShadow=1;" value="Servo Motors&lt;br&gt;(SG90)" vertex="1">
+         <mxCell id="ub_tx6bPQbAAc2E0zEvq-30" parent="1" style="rounded=1;whiteSpace=wrap;html=1;fontFamily=Times New Roman;fontStyle=0;fontSize=13;labelBackgroundColor=none;textShadow=1;" value="Servo Motors&lt;br&gt;(SG90)" vertex="1">
          <mxGeometry height="60" width="120" x="206.99999999999994" y="-51" as="geometry" />
        </mxCell>
-         <mxCell id="ub_tx6bPQbAAc2E0zEvq-43" edge="1" parent="1" source="E5Vc4qlOW0jQJdsC6d3C-24" style="edgeStyle=orthogonalEdgeStyle;rounded=0;orthogonalLoop=1;jettySize=auto;html=1;exitX=0;exitY=0.25;exitDx=0;exitDy=0;entryX=0;entryY=0.5;entryDx=0;entryDy=0;fontFamily=Times New Roman;fontStyle=1;fontSize=13;labelBackgroundColor=none;textShadow=1;" target="ub_tx6bPQbAAc2E0zEvq-31">
-           <mxGeometry relative="1" as="geometry" />
-         </mxCell>
-         <mxCell id="ub_tx6bPQbAAc2E0zEvq-31" parent="1" style="rounded=1;whiteSpace=wrap;html=1;fontFamily=Times New Roman;fontStyle=1;fontSize=13;labelBackgroundColor=none;textShadow=1;" value="Hall Sensor&lt;br&gt;(A3144)" vertex="1">
+         <mxCell id="ub_tx6bPQbAAc2E0zEvq-43" edge="1" parent="1" source="E5Vc4qlOW0jQJdsC6d3C-24" style="edgeStyle=orthogonalEdgeStyle;rounded=0;orthogonalLoop=1;jettySize=auto;html=1;exitX=0;exitY=0.25;exitDx=0;exitDy=0;entryX=0;entryY=0.5;entryDx=0;entryDy=0;fontFamily=Times New Roman;fontStyle=0;fontSize=13;labelBackgroundColor=none;textShadow=1;" target="ub_tx6bPQbAAc2E0zEvq-31">
+           <mxGeometry relative="1" as="geometry" />
+         </mxCell>
+         <mxCell id="ub_tx6bPQbAAc2E0zEvq-31" parent="1" style="rounded=1;whiteSpace=wrap;html=1;fontFamily=Times New Roman;fontStyle=0;fontSize=13;labelBackgroundColor=none;textShadow=1;" value="Hall Sensor&lt;br&gt;(A3144)" vertex="1">
          <mxGeometry height="60" width="120" x="203.99999999999994" y="75" as="geometry" />
        </mxCell>
-         <mxCell id="ub_tx6bPQbAAc2E0zEvq-44" edge="1" parent="1" source="E5Vc4qlOW0jQJdsC6d3C-24" style="edgeStyle=orthogonalEdgeStyle;rounded=0;orthogonalLoop=1;jettySize=auto;html=1;exitX=0;exitY=0.5;exitDx=0;exitDy=0;entryX=0;entryY=0.5;entryDx=0;entryDy=0;fontFamily=Times New Roman;fontStyle=1;fontSize=13;labelBackgroundColor=none;textShadow=1;" target="ub_tx6bPQbAAc2E0zEvq-32">
+         <mxCell id="ub_tx6bPQbAAc2E0zEvq-44" edge="1" parent="1" source="E5Vc4qlOW0jQJdsC6d3C-24" style="edgeStyle=orthogonalEdgeStyle;rounded=0;orthogonalLoop=1;jettySize=auto;html=1;exitX=0;exitY=0.5;exitDx=0;exitDy=0;entryX=0;entryY=0.5;entryDx=0;entryDy=0;fontFamily=Times New Roman;fontStyle=0;fontSize=13;labelBackgroundColor=none;textShadow=1;" target="ub_tx6bPQbAAc2E0zEvq-32">
          <mxGeometry relative="1" as="geometry">
            <Array as="points">
              <mxPoint x="163.99999999999994" y="258" />
              <mxPoint x="163.99999999999994" y="42" />
              <mxPoint x="205.99999999999994" y="42" />
            </Array>
          </mxGeometry>
        </mxCell>
-         <mxCell id="ub_tx6bPQbAAc2E0zEvq-32" parent="1" style="rounded=1;whiteSpace=wrap;html=1;fontFamily=Times New Roman;fontStyle=1;fontSize=13;labelBackgroundColor=none;textShadow=1;" value="IR Sensor Pairs" vertex="1">
+         <mxCell id="ub_tx6bPQbAAc2E0zEvq-32" parent="1" style="rounded=1;whiteSpace=wrap;html=1;fontFamily=Times New Roman;fontStyle=0;fontSize=13;labelBackgroundColor=none;textShadow=1;" value="IR Sensor Pairs" vertex="1">
          <mxGeometry height="60" width="120" x="205.99999999999994" y="11.5" as="geometry" />
        </mxCell>
-         <mxCell id="LeAnnW7A5j2esEQeNNGv-1" parent="1" style="text;html=1;whiteSpace=wrap;strokeColor=none;fillColor=none;align=center;verticalAlign=middle;rounded=0;fontFamily=Times New Roman;fontStyle=1;fontSize=13;labelBackgroundColor=none;textShadow=1;" value="Level Shifting" vertex="1">
+         <mxCell id="LeAnnW7A5j2esEQeNNGv-1" parent="1" style="text;html=1;whiteSpace=wrap;strokeColor=none;fillColor=none;align=center;verticalAlign=middle;rounded=0;fontFamily=Times New Roman;fontStyle=0;fontSize=13;labelBackgroundColor=none;textShadow=1;" value="Level Shifting" vertex="1">
          <mxGeometry height="30" width="85" x="325.99999999999994" y="15" as="geometry" />
        </mxCell>
-         <mxCell id="LeAnnW7A5j2esEQeNNGv-2" parent="1" style="text;html=1;whiteSpace=wrap;strokeColor=none;fillColor=none;align=center;verticalAlign=middle;rounded=0;fontFamily=Times New Roman;fontStyle=1;fontSize=13;labelBackgroundColor=none;textShadow=1;" value="5V to 3.3V" vertex="1">
+         <mxCell id="LeAnnW7A5j2esEQeNNGv-2" parent="1" style="text;html=1;whiteSpace=wrap;strokeColor=none;fillColor=none;align=center;verticalAlign=middle;rounded=0;fontFamily=Times New Roman;fontStyle=0;fontSize=13;labelBackgroundColor=none;textShadow=1;" value="5V to 3.3V" vertex="1">
          <mxGeometry height="30" width="76.5" x="328" y="39" as="geometry" />
        </mxCell>
-         <mxCell id="3yzsLYypy8BireBofEtp-6" edge="1" parent="1" source="LeAnnW7A5j2esEQeNNGv-3" style="edgeStyle=orthogonalEdgeStyle;rounded=0;orthogonalLoop=1;jettySize=auto;html=1;exitX=1;exitY=0.5;exitDx=0;exitDy=0;entryX=0;entryY=0.5;entryDx=0;entryDy=0;fontFamily=Times New Roman;fontStyle=1;fontSize=13;labelBackgroundColor=none;textShadow=1;" target="ub_tx6bPQbAAc2E0zEvq-20">
-           <mxGeometry relative="1" as="geometry" />
-         </mxCell>
-         <mxCell id="LeAnnW7A5j2esEQeNNGv-3" parent="1" style="rounded=1;whiteSpace=wrap;html=1;fontFamily=Times New Roman;fontStyle=1;fontSize=13;labelBackgroundColor=none;textShadow=1;" value="MOSFET Driver" vertex="1">
+         <mxCell id="3yzsLYypy8BireBofEtp-6" edge="1" parent="1" source="LeAnnW7A5j2esEQeNNGv-3" style="edgeStyle=orthogonalEdgeStyle;rounded=0;orthogonalLoop=1;jettySize=auto;html=1;exitX=1;exitY=0.5;exitDx=0;exitDy=0;entryX=0;entryY=0.5;entryDx=0;entryDy=0;fontFamily=Times New Roman;fontStyle=0;fontSize=13;labelBackgroundColor=none;textShadow=1;" target="ub_tx6bPQbAAc2E0zEvq-20">
+           <mxGeometry relative="1" as="geometry" />
+         </mxCell>
+         <mxCell id="LeAnnW7A5j2esEQeNNGv-3" parent="1" style="rounded=1;whiteSpace=wrap;html=1;fontFamily=Times New Roman;fontStyle=0;fontSize=13;labelBackgroundColor=none;textShadow=1;" value="MOSFET Driver" vertex="1">
          <mxGeometry height="60" width="58" x="715" y="11.5" as="geometry" />
        </mxCell>
-         <mxCell id="DyQRGeZsXbvgGfZXNQhn-4" edge="1" parent="1" source="3yzsLYypy8BireBofEtp-1" style="edgeStyle=orthogonalEdgeStyle;rounded=0;orthogonalLoop=1;jettySize=auto;html=1;exitX=0;exitY=0.5;exitDx=0;exitDy=0;fontFamily=Times New Roman;fontStyle=1;fontSize=13;labelBackgroundColor=none;textShadow=1;" target="E5Vc4qlOW0jQJdsC6d3C-24">
-           <mxGeometry relative="1" as="geometry" />
-         </mxCell>
-         <mxCell id="3yzsLYypy8BireBofEtp-1" parent="1" style="rounded=1;whiteSpace=wrap;html=1;fontFamily=Times New Roman;fontStyle=1;fontSize=13;labelBackgroundColor=none;textShadow=1;" value="&lt;div&gt;Reverse Polarity Protection&lt;/div&gt;&lt;div&gt;(12V, 5A)&lt;/div&gt;" vertex="1">
+         <mxCell id="DyQRGeZsXbvgGfZXNQhn-4" edge="1" parent="1" source="3yzsLYypy8BireBofEtp-1" style="edgeStyle=orthogonalEdgeStyle;rounded=0;orthogonalLoop=1;jettySize=auto;html=1;exitX=0;exitY=0.5;exitDx=0;exitDy=0;fontFamily=Times New Roman;fontStyle=0;fontSize=13;labelBackgroundColor=none;textShadow=1;" target="E5Vc4qlOW0jQJdsC6d3C-24">
+           <mxGeometry relative="1" as="geometry" />
+         </mxCell>
+         <mxCell id="3yzsLYypy8BireBofEtp-1" parent="1" style="rounded=1;whiteSpace=wrap;html=1;fontFamily=Times New Roman;fontStyle=0;fontSize=13;labelBackgroundColor=none;textShadow=1;" value="&lt;div&gt;Reverse Polarity Protection&lt;/div&gt;&lt;div&gt;(12V, 5A)&lt;/div&gt;" vertex="1">
          <mxGeometry height="60" width="120" x="665" y="228" as="geometry" />
        </mxCell>
      </root>
    </mxGraphModel>
  </diagram>
</mxfile>
